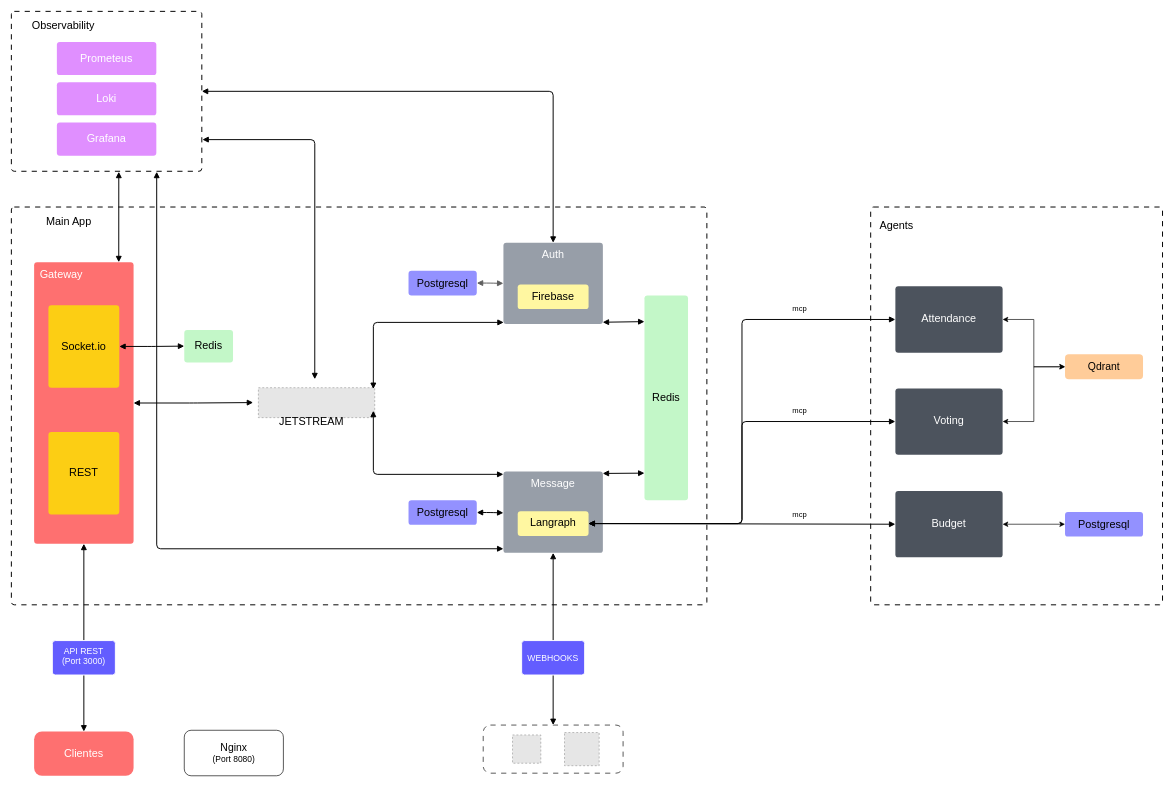
NahumFGz/tesismaestriauni-launcher keeps this draw.io diagram as others/z_arquitectura.drawio. Above is the earlier version. Source tidied: cells renumbered, new cells numbered last; positions are measured from the earlier drawing's top-left corner, leaving out a move shared by most shapes. Both pictures are drawn from the tidied source at 65%, with x=0, y=0 at pixel (11, 11). Pictures stored in the file or linked from it are replaced by grey dashed boxes.
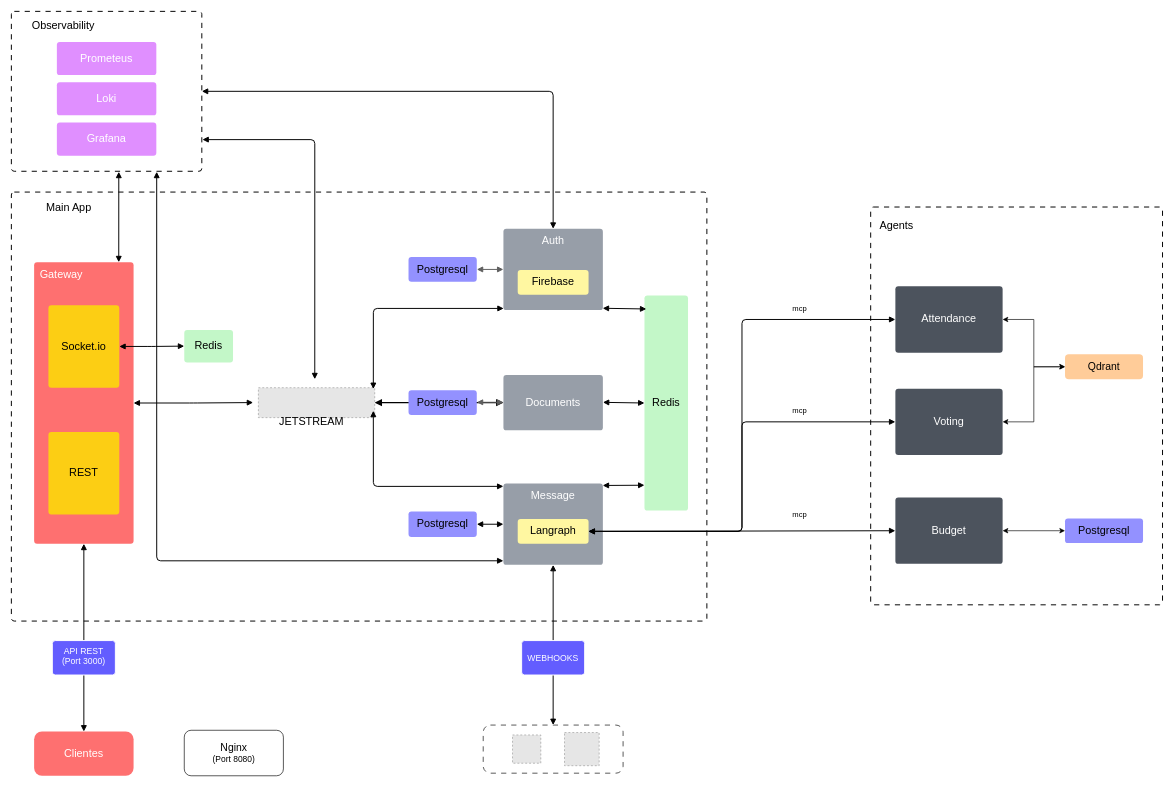
After the change.

Commit message (it also covers changes not shown here):
feat: :sparkles: Actualización de la arquitectura y referencias

The change refers to these unchanged cells:
```xml
<mxCell id="11" style="fillColor=#E6E6E6;strokeColor=#999999;dashed=1;html=1;whiteSpace=wrap;fontSize=13;spacing=0;fontStyle=0;" parent="10" vertex="1">
  <mxGeometry x="8" y="13" width="179" height="46" as="geometry" />
</mxCell>
```

What changed in the source:
```diff
@@
+    <mxCell id="61" style="rounded=0;jettySize=auto;html=1;exitX=1;exitY=0.5;exitDx=0;exitDy=0;entryX=0;entryY=0.5;entryDx=0;entryDy=0;startArrow=block;startFill=1;strokeWidth=2;endArrow=block;endFill=1;" parent="1" edge="1" source="11" target="62">
+      <mxGeometry relative="1" as="geometry" />
+    </mxCell>
@@
     <mxCell id="3" style="html=1;overflow=block;blockSpacing=1;whiteSpace=wrap;fontSize=13;spacing=3.8;strokeOpacity=100;fillOpacity=100;rounded=1;absoluteArcSize=1;arcSize=9;fillColor=none;dashed=1;fixDash=1;dashPattern=8 8;strokeWidth=1.5;lucidId=JnLc.ZpfNVHS;strokeColor=default;fontStyle=0;" parent="1" vertex="1">
-      <mxGeometry y="301" width="1070" height="612" as="geometry" />
+      <mxGeometry y="278" width="1070" height="660" as="geometry" />
     </mxCell>
     <mxCell id="4" value="Main App" style="html=1;overflow=block;blockSpacing=1;whiteSpace=wrap;fontSize=16.7;fontStyle=0;align=center;spacing=0;strokeOpacity=100;rounded=1;absoluteArcSize=1;arcSize=9;fillColor=none;strokeWidth=NaN;lucidId=2wLcyC94Hy3G;strokeColor=none;" parent="3" vertex="1">
-      <mxGeometry width="177" height="45" as="geometry" />
+      <mxGeometry width="177" height="48.5" as="geometry" />
     </mxCell>
+    <mxCell id="18" value="Postgresql" style="html=1;overflow=block;blockSpacing=1;whiteSpace=wrap;fontSize=16.7;fontStyle=0;align=center;spacing=9;strokeOpacity=0;fillOpacity=100;rounded=1;absoluteArcSize=1;arcSize=9;fillColor=#9391ff;strokeWidth=1.5;lucidId=wK5c~Pdr7-m1;" parent="3" vertex="1">
+      <mxGeometry x="611" y="491.3" width="105" height="39.4" as="geometry" />
+    </mxCell>
+    <mxCell id="26" value="Postgresql" style="html=1;overflow=block;blockSpacing=1;whiteSpace=wrap;fontSize=16.7;fontStyle=0;align=center;spacing=9;strokeOpacity=0;fillOpacity=100;rounded=1;absoluteArcSize=1;arcSize=9;fillColor=#9391ff;strokeWidth=1.5;lucidId=7Q5c18RX_lc8;" parent="3" vertex="1">
+      <mxGeometry x="611" y="100" width="105" height="38" as="geometry" />
+    </mxCell>
+    <mxCell id="13" value="Auth" style="html=1;overflow=block;blockSpacing=1;whiteSpace=wrap;fontSize=16.7;fontColor=#ffffff;fontStyle=0;align=center;spacing=9;verticalAlign=top;strokeOpacity=0;fillOpacity=100;rounded=1;absoluteArcSize=1;arcSize=9;fillColor=#979ea8;strokeWidth=1.5;lucidId=zFLcMGYKQzSj;" parent="3" vertex="1">
+      <mxGeometry x="757" y="56.5" width="153" height="125" as="geometry" />
+    </mxCell>
+    <mxCell id="27" style="html=1;jettySize=18;whiteSpace=wrap;fontSize=13;strokeColor=#5E5E5E;strokeWidth=1.5;rounded=1;arcSize=12;edgeStyle=orthogonalEdgeStyle;startArrow=block;startFill=1;endArrow=block;endFill=1;exitX=1;exitY=0.5;exitPerimeter=0;entryX=0;entryY=0.5;entryPerimeter=0;lucidId=c07cQfm66~gC;fontStyle=0;" parent="3" edge="1" source="26" target="13">
+      <mxGeometry relative="1" as="geometry" />
+    </mxCell>
+    <mxCell id="28" value="Firebase" style="html=1;overflow=block;blockSpacing=1;whiteSpace=wrap;fontSize=16.7;fontStyle=0;align=center;spacing=9;verticalAlign=top;strokeOpacity=0;fillOpacity=100;rounded=1;absoluteArcSize=1;arcSize=9;fillColor=#fff7a1;strokeWidth=1.5;lucidId=ZR5cOLYeTa5N;" parent="3" vertex="1">
+      <mxGeometry x="779" y="120" width="109" height="38" as="geometry" />
+    </mxCell>
+    <mxCell id="62" value="Documents" style="html=1;overflow=block;blockSpacing=1;whiteSpace=wrap;fontSize=16.7;fontColor=#ffffff;fontStyle=0;align=center;spacing=9;verticalAlign=middle;strokeOpacity=0;fillOpacity=100;rounded=1;absoluteArcSize=1;arcSize=9;fillColor=#979ea8;strokeWidth=1.5;lucidId=zFLcMGYKQzSj;" parent="3" vertex="1">
+      <mxGeometry x="757" y="281.5" width="153" height="85" as="geometry" />
+    </mxCell>
+    <mxCell id="63" style="html=1;jettySize=18;whiteSpace=wrap;fontSize=13;strokeColor=default;strokeWidth=1.5;rounded=0;startArrow=block;startFill=1;endArrow=block;endFill=1;exitX=0.998;exitY=0.978;exitPerimeter=0;entryX=0;entryY=0.5;lucidId=R47cojJWgUcy;fontStyle=0;entryDx=0;entryDy=0;" parent="3" edge="1" target="17">
+      <mxGeometry relative="1" as="geometry">
+        <mxPoint x="910" y="323.5" as="sourcePoint" />
+      </mxGeometry>
+    </mxCell>
+    <mxCell id="64" style="html=1;jettySize=18;whiteSpace=wrap;fontSize=13;strokeColor=#5E5E5E;strokeWidth=1.5;rounded=1;arcSize=12;edgeStyle=orthogonalEdgeStyle;startArrow=block;startFill=1;endArrow=block;endFill=1;exitX=1;exitY=0.5;exitPerimeter=0;entryX=0;entryY=0.5;entryPerimeter=0;lucidId=c07cQfm66~gC;fontStyle=0;" parent="3" edge="1">
+      <mxGeometry relative="1" as="geometry">
+        <mxPoint x="716" y="323.4" as="sourcePoint" />
+        <mxPoint x="757" y="323.4" as="targetPoint" />
+      </mxGeometry>
+    </mxCell>
+    <mxCell id="65" value="Postgresql" style="html=1;overflow=block;blockSpacing=1;whiteSpace=wrap;fontSize=16.7;fontStyle=0;align=center;spacing=9;strokeOpacity=0;fillOpacity=100;rounded=1;absoluteArcSize=1;arcSize=9;fillColor=#9391ff;strokeWidth=1.5;lucidId=7Q5c18RX_lc8;" parent="3" vertex="1">
+      <mxGeometry x="611" y="305" width="105" height="38" as="geometry" />
+    </mxCell>
@@
-    <mxCell id="13" value="Auth" style="html=1;overflow=block;blockSpacing=1;whiteSpace=wrap;fontSize=16.7;fontColor=#ffffff;fontStyle=0;align=center;spacing=9;verticalAlign=top;strokeOpacity=0;fillOpacity=100;rounded=1;absoluteArcSize=1;arcSize=9;fillColor=#979ea8;strokeWidth=1.5;lucidId=zFLcMGYKQzSj;" parent="1" vertex="1">
-      <mxGeometry x="757" y="356" width="153" height="125" as="geometry" />
-    </mxCell>
@@
     <mxCell id="17" value="Redis " style="html=1;overflow=block;blockSpacing=1;whiteSpace=wrap;fontSize=16.7;fontStyle=0;align=center;spacing=9;strokeOpacity=0;fillOpacity=100;rounded=1;absoluteArcSize=1;arcSize=9;fillColor=#c3f7c8;strokeWidth=1.5;lucidId=3J5cHQ8043z~;" parent="1" vertex="1">
-      <mxGeometry x="974" y="437" width="67" height="315" as="geometry" />
+      <mxGeometry x="974" y="437" width="67" height="331" as="geometry" />
     </mxCell>
-    <mxCell id="18" value="Postgresql" style="html=1;overflow=block;blockSpacing=1;whiteSpace=wrap;fontSize=16.7;fontStyle=0;align=center;spacing=9;strokeOpacity=0;fillOpacity=100;rounded=1;absoluteArcSize=1;arcSize=9;fillColor=#9391ff;strokeWidth=1.5;lucidId=wK5c~Pdr7-m1;" parent="1" vertex="1">
-      <mxGeometry x="611" y="752" width="105" height="38" as="geometry" />
-    </mxCell>
@@
     <mxCell id="21" value="Message" style="html=1;overflow=block;blockSpacing=1;whiteSpace=wrap;fontSize=16.7;fontColor=#ffffff;fontStyle=0;align=center;spacing=9;verticalAlign=top;strokeOpacity=0;fillOpacity=100;rounded=1;absoluteArcSize=1;arcSize=9;fillColor=#979ea8;strokeWidth=1.5;lucidId=fALc.GhtOYFA;" parent="1" vertex="1">
-      <mxGeometry x="757" y="708" width="153" height="125" as="geometry" />
+      <mxGeometry x="757" y="726.5" width="153" height="125" as="geometry" />
     </mxCell>
@@
-    <mxCell id="23" style="html=1;jettySize=18;whiteSpace=wrap;fontSize=13;strokeColor=default;strokeWidth=1.5;rounded=1;arcSize=12;edgeStyle=orthogonalEdgeStyle;startArrow=block;startFill=1;endArrow=block;endFill=1;exitX=1;exitY=0.5;exitPerimeter=0;entryX=0;entryY=0.508;entryPerimeter=0;lucidId=7M5cEgo.8n6S;fontStyle=0;" parent="1" edge="1" source="18" target="21">
+    <mxCell id="23" style="html=1;jettySize=18;whiteSpace=wrap;fontSize=13;strokeColor=default;strokeWidth=1.5;rounded=1;arcSize=12;edgeStyle=orthogonalEdgeStyle;startArrow=block;startFill=1;endArrow=block;endFill=1;exitX=1;exitY=0.5;exitPerimeter=0;entryX=0;entryY=0.5;lucidId=7M5cEgo.8n6S;fontStyle=0;entryDx=0;entryDy=0;" parent="1" edge="1" source="18" target="21">
       <mxGeometry relative="1" as="geometry" />
     </mxCell>
     <mxCell id="24" value="Langraph" style="html=1;overflow=block;blockSpacing=1;whiteSpace=wrap;fontSize=16.7;fontStyle=0;align=center;spacing=9;verticalAlign=top;strokeOpacity=0;fillOpacity=100;rounded=1;absoluteArcSize=1;arcSize=9;fillColor=#fff7a1;strokeWidth=1.5;lucidId=Uv5cd.NyrXPX;" parent="1" vertex="1">
-      <mxGeometry x="779" y="769" width="109" height="38" as="geometry" />
+      <mxGeometry x="779" y="781" width="109" height="38" as="geometry" />
     </mxCell>
@@
-    <mxCell id="26" value="Postgresql" style="html=1;overflow=block;blockSpacing=1;whiteSpace=wrap;fontSize=16.7;fontStyle=0;align=center;spacing=9;strokeOpacity=0;fillOpacity=100;rounded=1;absoluteArcSize=1;arcSize=9;fillColor=#9391ff;strokeWidth=1.5;lucidId=7Q5c18RX_lc8;" parent="1" vertex="1">
-      <mxGeometry x="611" y="399" width="105" height="38" as="geometry" />
-    </mxCell>
-    <mxCell id="27" style="html=1;jettySize=18;whiteSpace=wrap;fontSize=13;strokeColor=#5E5E5E;strokeWidth=1.5;rounded=1;arcSize=12;edgeStyle=orthogonalEdgeStyle;startArrow=block;startFill=1;endArrow=block;endFill=1;exitX=1;exitY=0.5;exitPerimeter=0;entryX=0;entryY=0.5;entryPerimeter=0;lucidId=c07cQfm66~gC;fontStyle=0;" parent="1" edge="1" source="26" target="13">
-      <mxGeometry relative="1" as="geometry" />
-    </mxCell>
-    <mxCell id="28" value="Firebase" style="html=1;overflow=block;blockSpacing=1;whiteSpace=wrap;fontSize=16.7;fontStyle=0;align=center;spacing=9;verticalAlign=top;strokeOpacity=0;fillOpacity=100;rounded=1;absoluteArcSize=1;arcSize=9;fillColor=#fff7a1;strokeWidth=1.5;lucidId=ZR5cOLYeTa5N;" parent="1" vertex="1">
-      <mxGeometry x="779" y="420" width="109" height="38" as="geometry" />
-    </mxCell>
@@
     <mxCell id="32" value="Voting" style="html=1;overflow=block;blockSpacing=1;whiteSpace=wrap;fontSize=16.7;fontColor=#ffffff;fontStyle=0;align=center;spacing=9;strokeOpacity=0;fillOpacity=100;rounded=1;absoluteArcSize=1;arcSize=9;fillColor=#4c535d;strokeWidth=1.5;lucidId=AWLcgVHqaEJb;" parent="1" vertex="1">
-      <mxGeometry x="1360" y="580" width="165" height="102" as="geometry" />
+      <mxGeometry x="1360" y="580.5" width="165" height="102" as="geometry" />
     </mxCell>
@@
     <mxCell id="34" value="Budget" style="html=1;overflow=block;blockSpacing=1;whiteSpace=wrap;fontSize=16.7;fontColor=#ffffff;fontStyle=0;align=center;spacing=9;strokeOpacity=0;fillOpacity=100;rounded=1;absoluteArcSize=1;arcSize=9;fillColor=#4c535d;strokeWidth=1.5;lucidId=kXLc-Uf29qqT;" parent="1" vertex="1">
-      <mxGeometry x="1360" y="738" width="165" height="102" as="geometry" />
+      <mxGeometry x="1360" y="748" width="165" height="102" as="geometry" />
     </mxCell>
@@
-    <mxCell id="44" style="html=1;jettySize=18;whiteSpace=wrap;fontSize=13;strokeColor=default;strokeWidth=1.5;rounded=0;startArrow=block;startFill=1;endArrow=block;endFill=1;exitX=0.998;exitY=0.023;exitPerimeter=0;entryX=0;entryY=0.868;entryPerimeter=0;lucidId=v47c6M4VXGSf;fontStyle=0;" parent="1" edge="1" source="21" target="17">
-      <mxGeometry relative="1" as="geometry" />
+    <mxCell id="44" style="html=1;jettySize=18;whiteSpace=wrap;fontSize=13;strokeColor=default;strokeWidth=1.5;rounded=0;startArrow=block;startFill=1;endArrow=block;endFill=1;exitX=0.998;exitY=0.023;exitPerimeter=0;lucidId=v47c6M4VXGSf;fontStyle=0;" parent="1" edge="1" source="21">
+      <mxGeometry relative="1" as="geometry">
+        <mxPoint x="974" y="729" as="targetPoint" />
+      </mxGeometry>
     </mxCell>
-    <mxCell id="45" style="html=1;jettySize=18;whiteSpace=wrap;fontSize=13;strokeColor=default;strokeWidth=1.5;rounded=0;startArrow=block;startFill=1;endArrow=block;endFill=1;exitX=0.998;exitY=0.978;exitPerimeter=0;entryX=0;entryY=0.128;entryPerimeter=0;lucidId=R47cojJWgUcy;fontStyle=0;" parent="1" edge="1" source="13" target="17">
+    <mxCell id="45" style="html=1;jettySize=18;whiteSpace=wrap;fontSize=13;strokeColor=default;strokeWidth=1.5;rounded=0;startArrow=block;startFill=1;endArrow=block;endFill=1;exitX=0.998;exitY=0.978;exitPerimeter=0;entryX=0.043;entryY=0.063;entryPerimeter=0;lucidId=R47cojJWgUcy;fontStyle=0;entryDx=0;entryDy=0;" parent="1" edge="1" source="13" target="17">
       <mxGeometry relative="1" as="geometry" />
     </mxCell>
@@
     <mxCell id="57" value="Postgresql" style="html=1;overflow=block;blockSpacing=1;whiteSpace=wrap;fontSize=16.7;fontStyle=0;align=center;spacing=9;strokeOpacity=0;fillOpacity=100;rounded=1;absoluteArcSize=1;arcSize=9;fillColor=#9391ff;strokeWidth=1.5;lucidId=wK5c~Pdr7-m1;strokeColor=none;" parent="1" vertex="1">
-      <mxGeometry x="1621" y="770" width="120" height="38" as="geometry" />
+      <mxGeometry x="1621" y="780" width="120" height="38" as="geometry" />
     </mxCell>
```
